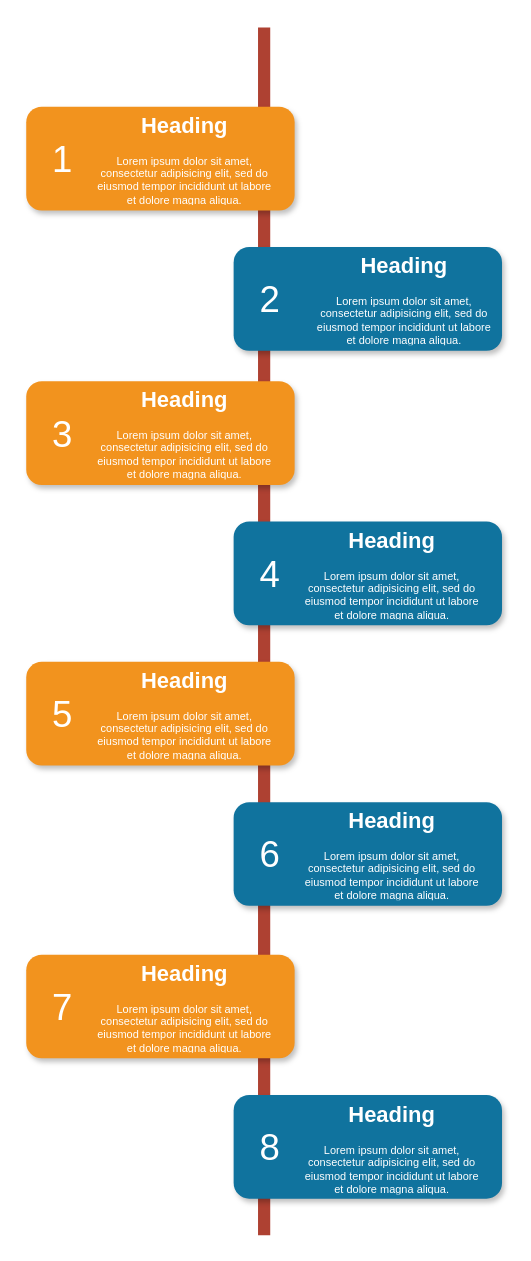
Yangchunyan1986/ycy keeps this draw.io diagram as Untitled Diagram.drawio. Above is the earlier version. Source tidied: cells renumbered, new cells numbered last; positions are measured from the earlier drawing's top-left corner, leaving out a move shared by most shapes. Both pictures are drawn from the tidied source at 122%, with x=0, y=0 at pixel (26, 27).
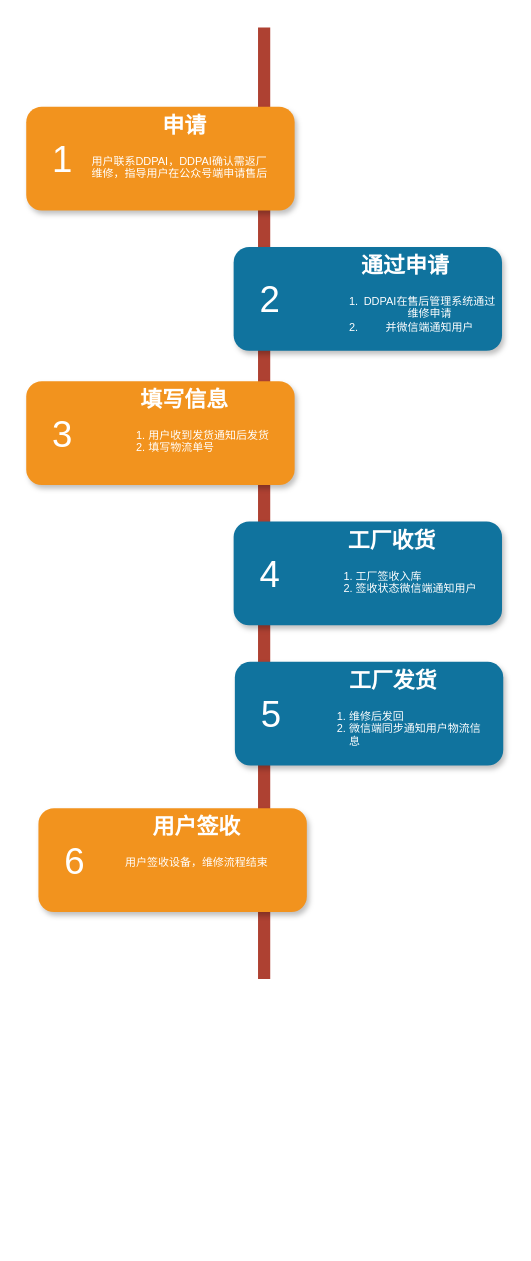
Above is the later version.

Diff of the diagram source:
```diff
@@
     <mxCell id="2" style="line;strokeWidth=10;direction=south;html=1;fillColor=none;fontSize=13;fontColor=#000000;align=center;strokeColor=#AE4132;" parent="1" vertex="1">
-      <mxGeometry x="190" width="10" height="990" as="geometry" />
+      <mxGeometry x="190" width="10" height="780" as="geometry" />
     </mxCell>
@@
-    <mxCell id="11" style="rounded=1;whiteSpace=wrap;html=1;strokeColor=none;strokeWidth=1;fillColor=#F2931E;fontSize=13;fontColor=#FFFFFF;align=center;gradientColor=none;gradientDirection=east;verticalAlign=top;shadow=1;" parent="1" vertex="1">
-      <mxGeometry y="520" width="220" height="85" as="geometry" />
+    <mxCell id="11" style="rounded=1;whiteSpace=wrap;html=1;strokeColor=none;strokeWidth=1;fontSize=13;fontColor=#FFFFFF;align=center;gradientColor=none;gradientDirection=east;verticalAlign=top;shadow=1;fillColor=#10739E;" parent="1" vertex="1">
+      <mxGeometry x="171" y="520" width="220" height="85" as="geometry" />
     </mxCell>
     <mxCell id="12" value="5" style="text;html=1;strokeColor=none;fillColor=none;align=center;verticalAlign=middle;whiteSpace=wrap;fontSize=30;fontColor=#FFFFFF;" parent="1" vertex="1">
-      <mxGeometry x="10" y="553" width="40" height="20" as="geometry" />
+      <mxGeometry x="181" y="553" width="40" height="20" as="geometry" />
     </mxCell>
-    <mxCell id="13" style="rounded=1;whiteSpace=wrap;html=1;strokeColor=none;strokeWidth=1;fillColor=#10739E;fontSize=13;fontColor=#FFFFFF;align=center;gradientColor=none;gradientDirection=east;verticalAlign=top;shadow=1;" parent="1" vertex="1">
-      <mxGeometry x="170" y="635" width="220" height="85" as="geometry" />
+    <mxCell id="13" style="rounded=1;whiteSpace=wrap;html=1;strokeColor=none;strokeWidth=1;fontSize=13;fontColor=#FFFFFF;align=center;gradientColor=none;gradientDirection=east;verticalAlign=top;shadow=1;fillColor=#F2931E;" parent="1" vertex="1">
+      <mxGeometry x="10" y="640" width="220" height="85" as="geometry" />
     </mxCell>
     <mxCell id="14" value="6" style="text;html=1;strokeColor=none;fillColor=none;align=center;verticalAlign=middle;whiteSpace=wrap;fontSize=30;fontColor=#FFFFFF;" parent="1" vertex="1">
-      <mxGeometry x="180" y="668" width="40" height="20" as="geometry" />
+      <mxGeometry x="20" y="673" width="40" height="20" as="geometry" />
     </mxCell>
-    <mxCell id="15" style="rounded=1;whiteSpace=wrap;html=1;strokeColor=none;strokeWidth=1;fillColor=#F2931E;fontSize=13;fontColor=#FFFFFF;align=center;gradientColor=none;gradientDirection=east;verticalAlign=top;shadow=1;" parent="1" vertex="1">
-      <mxGeometry y="760" width="220" height="85" as="geometry" />
-    </mxCell>
-    <mxCell id="16" value="7" style="text;html=1;strokeColor=none;fillColor=none;align=center;verticalAlign=middle;whiteSpace=wrap;fontSize=30;fontColor=#FFFFFF;" parent="1" vertex="1">
-      <mxGeometry x="10" y="793" width="40" height="20" as="geometry" />
-    </mxCell>
-    <mxCell id="17" style="rounded=1;whiteSpace=wrap;html=1;strokeColor=none;strokeWidth=1;fillColor=#10739E;fontSize=13;fontColor=#FFFFFF;align=center;gradientColor=none;gradientDirection=east;verticalAlign=top;shadow=1;" parent="1" vertex="1">
-      <mxGeometry x="170" y="875" width="220" height="85" as="geometry" />
-    </mxCell>
-    <mxCell id="18" value="8" style="text;html=1;strokeColor=none;fillColor=none;align=center;verticalAlign=middle;whiteSpace=wrap;fontSize=30;fontColor=#FFFFFF;" parent="1" vertex="1">
-      <mxGeometry x="180" y="908" width="40" height="20" as="geometry" />
-    </mxCell>
-    <mxCell id="19" value="&lt;h1&gt;Heading&lt;/h1&gt;&lt;p&gt;Lorem ipsum dolor sit amet, consectetur adipisicing elit, sed do eiusmod tempor incididunt ut labore et dolore magna aliqua.&lt;/p&gt;" style="text;html=1;spacing=5;spacingTop=-20;whiteSpace=wrap;overflow=hidden;strokeColor=none;strokeWidth=4;fillColor=none;gradientColor=#007FFF;fontSize=9;fontColor=#FFFFFF;align=center;" parent="1" vertex="1">
+    <mxCell id="19" value="&lt;h1&gt;申请&lt;/h1&gt;&lt;p style=&quot;text-align: left&quot;&gt;用户联系DDPAI，DDPAI确认需返厂维修，指导用户在公众号端申请售后&lt;/p&gt;" style="text;html=1;spacing=5;spacingTop=-20;whiteSpace=wrap;overflow=hidden;strokeColor=none;strokeWidth=4;fillColor=none;gradientColor=#007FFF;fontSize=9;fontColor=#FFFFFF;align=center;" parent="1" vertex="1">
       <mxGeometry x="50" y="69" width="160" height="77" as="geometry" />
     </mxCell>
-    <mxCell id="20" value="&lt;h1&gt;Heading&lt;/h1&gt;&lt;p&gt;Lorem ipsum dolor sit amet, consectetur adipisicing elit, sed do eiusmod tempor incididunt ut labore et dolore magna aliqua.&lt;/p&gt;" style="text;html=1;spacing=5;spacingTop=-20;whiteSpace=wrap;overflow=hidden;strokeColor=none;strokeWidth=4;fillColor=none;gradientColor=#007FFF;fontSize=9;fontColor=#FFFFFF;align=center;" parent="1" vertex="1">
-      <mxGeometry x="230" y="184" width="160" height="77" as="geometry" />
+    <mxCell id="20" value="&lt;h1&gt;通过申请&lt;/h1&gt;&lt;p&gt;&lt;ol&gt;&lt;li&gt;DDPAI在售后管理系统通过维修申请&lt;/li&gt;&lt;li&gt;并微信端通知用户&lt;/li&gt;&lt;/ol&gt;&lt;/p&gt;&lt;p&gt;&lt;br&gt;&lt;/p&gt;" style="text;html=1;spacing=5;spacingTop=-20;whiteSpace=wrap;overflow=hidden;strokeColor=none;strokeWidth=4;fillColor=none;gradientColor=#007FFF;fontSize=9;fontColor=#FFFFFF;align=center;" parent="1" vertex="1">
+      <mxGeometry x="231" y="184" width="160" height="77" as="geometry" />
     </mxCell>
-    <mxCell id="21" value="&lt;h1&gt;Heading&lt;/h1&gt;&lt;p&gt;Lorem ipsum dolor sit amet, consectetur adipisicing elit, sed do eiusmod tempor incididunt ut labore et dolore magna aliqua.&lt;/p&gt;" style="text;html=1;spacing=5;spacingTop=-20;whiteSpace=wrap;overflow=hidden;strokeColor=none;strokeWidth=4;fillColor=none;gradientColor=#007FFF;fontSize=9;fontColor=#FFFFFF;align=center;" parent="1" vertex="1">
+    <mxCell id="21" value="&lt;h1&gt;填写信息&lt;/h1&gt;&lt;p style=&quot;text-align: left&quot;&gt;&lt;/p&gt;&lt;ol&gt;&lt;li style=&quot;text-align: left&quot;&gt;用户收到发货通知后发货&lt;/li&gt;&lt;li style=&quot;text-align: left&quot;&gt;填写物流单号&lt;/li&gt;&lt;/ol&gt;&lt;p&gt;&lt;/p&gt;" style="text;html=1;spacing=5;spacingTop=-20;whiteSpace=wrap;overflow=hidden;strokeColor=none;strokeWidth=4;fillColor=none;gradientColor=#007FFF;fontSize=9;fontColor=#FFFFFF;align=center;" parent="1" vertex="1">
       <mxGeometry x="50" y="294" width="160" height="77" as="geometry" />
     </mxCell>
-    <mxCell id="22" value="&lt;h1&gt;Heading&lt;/h1&gt;&lt;p&gt;Lorem ipsum dolor sit amet, consectetur adipisicing elit, sed do eiusmod tempor incididunt ut labore et dolore magna aliqua.&lt;/p&gt;" style="text;html=1;spacing=5;spacingTop=-20;whiteSpace=wrap;overflow=hidden;strokeColor=none;strokeWidth=4;fillColor=none;gradientColor=#007FFF;fontSize=9;fontColor=#FFFFFF;align=center;" parent="1" vertex="1">
+    <mxCell id="22" value="&lt;h1&gt;工厂收货&lt;/h1&gt;&lt;p style=&quot;text-align: left&quot;&gt;&lt;/p&gt;&lt;ol&gt;&lt;li style=&quot;text-align: left&quot;&gt;工厂签收入库&lt;/li&gt;&lt;li style=&quot;text-align: left&quot;&gt;签收状态微信端通知用户&lt;/li&gt;&lt;/ol&gt;&lt;p&gt;&lt;/p&gt;" style="text;html=1;spacing=5;spacingTop=-20;whiteSpace=wrap;overflow=hidden;strokeColor=none;strokeWidth=4;fillColor=none;gradientColor=#007FFF;fontSize=9;fontColor=#FFFFFF;align=center;" parent="1" vertex="1">
       <mxGeometry x="220" y="409" width="160" height="77" as="geometry" />
     </mxCell>
-    <mxCell id="23" value="&lt;h1&gt;Heading&lt;/h1&gt;&lt;p&gt;Lorem ipsum dolor sit amet, consectetur adipisicing elit, sed do eiusmod tempor incididunt ut labore et dolore magna aliqua.&lt;/p&gt;" style="text;html=1;spacing=5;spacingTop=-20;whiteSpace=wrap;overflow=hidden;strokeColor=none;strokeWidth=4;fillColor=none;gradientColor=#007FFF;fontSize=9;fontColor=#FFFFFF;align=center;" parent="1" vertex="1">
-      <mxGeometry x="50" y="524" width="160" height="77" as="geometry" />
+    <mxCell id="23" value="&lt;h1&gt;工厂发货&lt;/h1&gt;&lt;p style=&quot;text-align: left&quot;&gt;&lt;/p&gt;&lt;ol&gt;&lt;li style=&quot;text-align: left&quot;&gt;维修后发回&lt;/li&gt;&lt;li style=&quot;text-align: left&quot;&gt;微信端同步通知用户物流信息&lt;/li&gt;&lt;/ol&gt;&lt;p&gt;&lt;/p&gt;" style="text;html=1;spacing=5;spacingTop=-20;whiteSpace=wrap;overflow=hidden;strokeColor=none;strokeWidth=4;fillColor=none;gradientColor=#007FFF;fontSize=9;fontColor=#FFFFFF;align=center;" parent="1" vertex="1">
+      <mxGeometry x="221" y="524" width="160" height="77" as="geometry" />
     </mxCell>
-    <mxCell id="24" value="&lt;h1&gt;Heading&lt;/h1&gt;&lt;p&gt;Lorem ipsum dolor sit amet, consectetur adipisicing elit, sed do eiusmod tempor incididunt ut labore et dolore magna aliqua.&lt;/p&gt;" style="text;html=1;spacing=5;spacingTop=-20;whiteSpace=wrap;overflow=hidden;strokeColor=none;strokeWidth=4;fillColor=none;gradientColor=#007FFF;fontSize=9;fontColor=#FFFFFF;align=center;" parent="1" vertex="1">
-      <mxGeometry x="220" y="639" width="160" height="77" as="geometry" />
+    <mxCell id="24" value="&lt;h1&gt;用户签收&lt;/h1&gt;&lt;p style=&quot;text-align: left&quot;&gt;用户签收设备，维修流程结束&lt;/p&gt;" style="text;html=1;spacing=5;spacingTop=-20;whiteSpace=wrap;overflow=hidden;strokeColor=none;strokeWidth=4;fillColor=none;gradientColor=#007FFF;fontSize=9;fontColor=#FFFFFF;align=center;" parent="1" vertex="1">
+      <mxGeometry x="60" y="644" width="160" height="77" as="geometry" />
     </mxCell>
-    <mxCell id="25" value="&lt;h1&gt;Heading&lt;/h1&gt;&lt;p&gt;Lorem ipsum dolor sit amet, consectetur adipisicing elit, sed do eiusmod tempor incididunt ut labore et dolore magna aliqua.&lt;/p&gt;" style="text;html=1;spacing=5;spacingTop=-20;whiteSpace=wrap;overflow=hidden;strokeColor=none;strokeWidth=4;fillColor=none;gradientColor=#007FFF;fontSize=9;fontColor=#FFFFFF;align=center;" parent="1" vertex="1">
-      <mxGeometry x="50" y="764" width="160" height="77" as="geometry" />
-    </mxCell>
-    <mxCell id="26" value="&lt;h1&gt;Heading&lt;/h1&gt;&lt;p&gt;Lorem ipsum dolor sit amet, consectetur adipisicing elit, sed do eiusmod tempor incididunt ut labore et dolore magna aliqua.&lt;/p&gt;" style="text;html=1;spacing=5;spacingTop=-20;whiteSpace=wrap;overflow=hidden;strokeColor=none;strokeWidth=4;fillColor=none;gradientColor=#007FFF;fontSize=9;fontColor=#FFFFFF;align=center;" parent="1" vertex="1">
-      <mxGeometry x="220" y="880" width="160" height="77" as="geometry" />
-    </mxCell>
```
